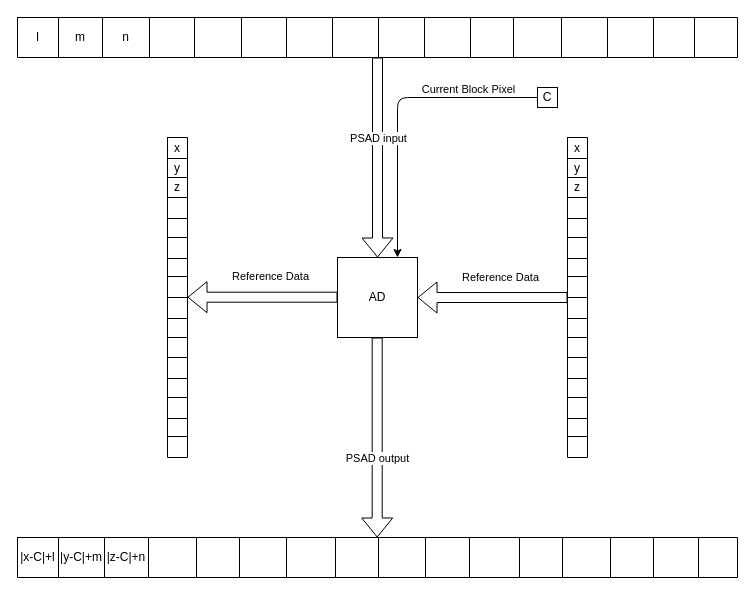
The draw.io diagram AD.drawio in dzx-dzx/ME_AB2_diagram, before the edit. Source tidied: cells renumbered, new cells numbered last; positions are measured from the earlier drawing's top-left corner, leaving out a move shared by most shapes. Both pictures are drawn from the tidied source at 100%, with x=0, y=0 at pixel (17, 17).
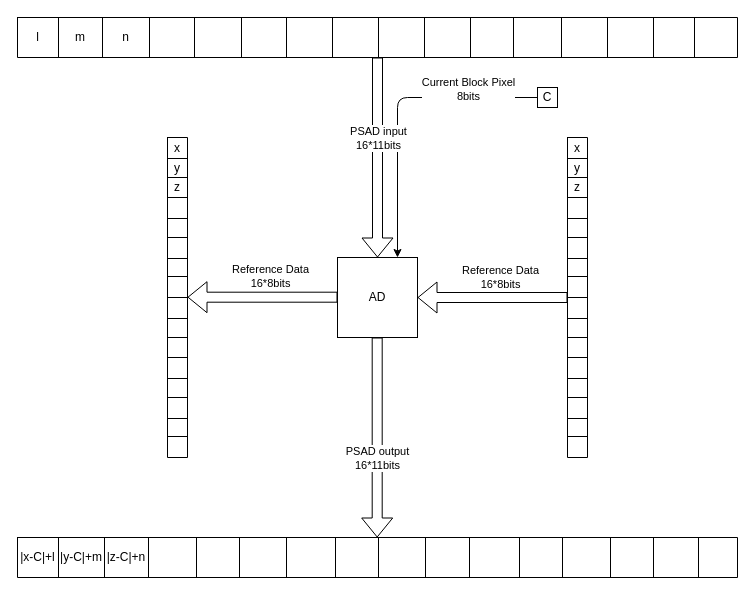
Above is the later version.

Commit message:
Note bit width for each signal.

Unchanged cells that the change refers to:
```xml
<mxCell id="3" style="endArrow=classic;html=1;entryX=0.75;entryY=0;entryDx=0;entryDy=0;" parent="1" edge="1" target="2">
  <mxGeometry relative="1" as="geometry">
    <mxPoint x="520" y="80" as="sourcePoint" />
    <Array as="points">
      <mxPoint x="380" y="80" />
    </Array>
  </mxGeometry>
</mxCell>
<mxCell id="38" style="shape=flexArrow;endArrow=classic;html=1;entryX=1;entryY=0.5;entryDx=0;entryDy=0;" parent="1" edge="1" target="2">
  <mxGeometry relative="1" as="geometry">
    <mxPoint x="550" y="280" as="sourcePoint" />
  </mxGeometry>
</mxCell>
<mxCell id="73" style="shape=flexArrow;endArrow=classic;html=1;entryX=1;entryY=0.5;entryDx=0;entryDy=0;" parent="1" edge="1">
  <mxGeometry relative="1" as="geometry">
    <mxPoint x="320" y="279.7" as="sourcePoint" />
    <mxPoint x="170" y="279.7" as="targetPoint" />
  </mxGeometry>
</mxCell>
<mxCell id="75" style="shape=flexArrow;endArrow=classic;html=1;entryX=0.5;entryY=0;entryDx=0;entryDy=0;" parent="1" edge="1" target="2">
  <mxGeometry relative="1" as="geometry">
    <mxPoint x="360" y="40" as="sourcePoint" />
  </mxGeometry>
</mxCell>
<mxCell id="77" style="shape=flexArrow;endArrow=classic;html=1;entryX=0.5;entryY=0;entryDx=0;entryDy=0;" parent="1" edge="1">
  <mxGeometry relative="1" as="geometry">
    <mxPoint x="359.7" y="320" as="sourcePoint" />
    <mxPoint x="359.7" y="520" as="targetPoint" />
  </mxGeometry>
</mxCell>
```

Change to the diagram source:
```diff
@@
-    <mxCell id="4" value="Current Block Pixel" style="edgeLabel;html=1;align=center;verticalAlign=middle;" parent="3" vertex="1">
+    <mxCell id="4" value="Current Block Pixel&lt;br&gt;8bits" style="edgeLabel;html=1;align=center;verticalAlign=middle;" parent="3" vertex="1">
       <mxGeometry x="0.15" y="-1" relative="1" as="geometry">
         <mxPoint x="71" y="-42" as="offset" />
       </mxGeometry>
     </mxCell>
@@
-    <mxCell id="39" value="Reference Data" style="edgeLabel;html=1;align=center;verticalAlign=middle;" parent="38" vertex="1">
+    <mxCell id="39" value="Reference Data&lt;br&gt;16*8bits" style="edgeLabel;html=1;align=center;verticalAlign=middle;" parent="38" vertex="1">
       <mxGeometry x="-0.19" y="-2" relative="1" as="geometry">
         <mxPoint x="-7" y="-19" as="offset" />
       </mxGeometry>
     </mxCell>
@@
-    <mxCell id="74" value="Reference Data" style="edgeLabel;html=1;align=center;verticalAlign=middle;" parent="73" vertex="1">
+    <mxCell id="74" value="Reference Data&lt;br&gt;16*8bits" style="edgeLabel;html=1;align=center;verticalAlign=middle;" parent="73" vertex="1">
       <mxGeometry x="-0.19" y="-2" relative="1" as="geometry">
         <mxPoint x="-7" y="-19" as="offset" />
       </mxGeometry>
     </mxCell>
@@
-    <mxCell id="76" value="PSAD input" style="edgeLabel;html=1;align=center;verticalAlign=middle;" parent="75" vertex="1">
+    <mxCell id="76" value="PSAD input&lt;br&gt;16*11bits" style="edgeLabel;html=1;align=center;verticalAlign=middle;" parent="75" vertex="1">
       <mxGeometry x="-0.59" y="4" relative="1" as="geometry">
         <mxPoint x="-4" y="39" as="offset" />
       </mxGeometry>
     </mxCell>
@@
-    <mxCell id="78" value="PSAD output" style="edgeLabel;html=1;align=center;verticalAlign=middle;" parent="77" vertex="1">
+    <mxCell id="78" value="PSAD output&lt;br&gt;16*11bits" style="edgeLabel;html=1;align=center;verticalAlign=middle;" parent="77" vertex="1">
       <mxGeometry x="-0.59" y="4" relative="1" as="geometry">
         <mxPoint x="-4" y="79" as="offset" />
       </mxGeometry>
     </mxCell>
```
